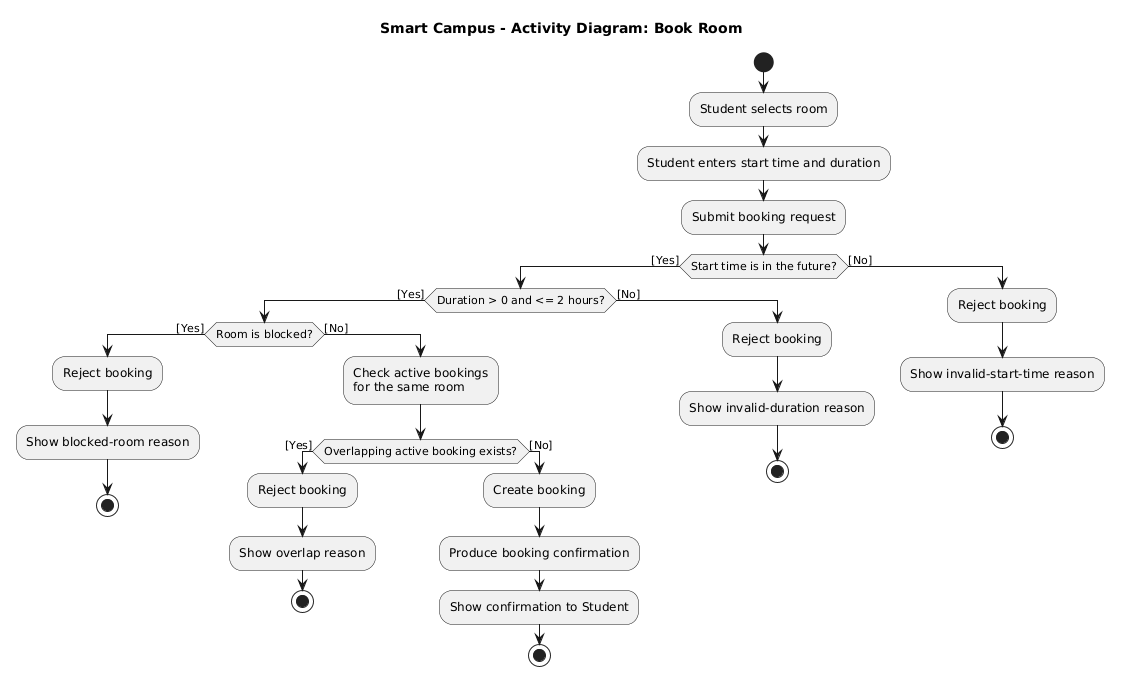
The PlantUML diagram week-04/models/img/activity.png in Alibyek1122/se-practice, before a commit.
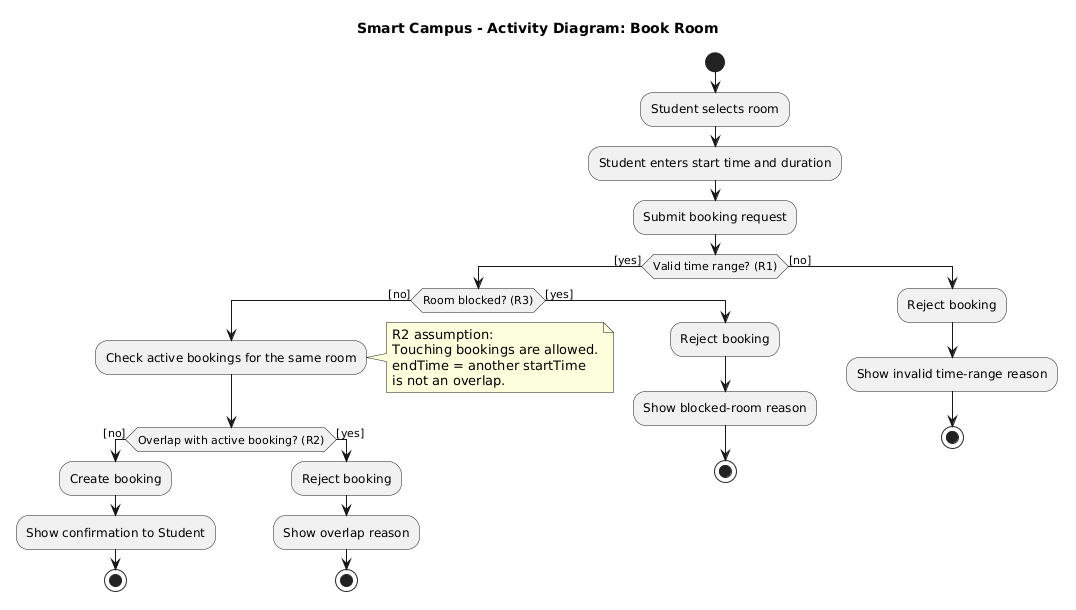
After the commit.

What changed in the source:
```diff
@@ -7,42 +7,38 @@
 :Student enters start time and duration;
 :Submit booking request;
 
-if (Start time is in the future?) then ([Yes])
+if (Valid time range? (R1)) then ([yes])
 
-  if (Duration > 0 and <= 2 hours?) then ([Yes])
+  if (Room blocked? (R3)) then ([no])
 
-    if (Room is blocked?) then ([Yes])
+    :Check active bookings for the same room;
+
+    note right
+    R2 assumption:
+    Touching bookings are allowed.
+    endTime = another startTime
+    is not an overlap.
+    end note
+
+    if (Overlap with active booking? (R2)) then ([no])
+      :Create booking;
+      :Show confirmation to Student;
+      stop
+    else ([yes])
       :Reject booking;
-      :Show blocked-room reason;
+      :Show overlap reason;
       stop
-
-    else ([No])
-
-      :Check active bookings\nfor the same room;
-
-      if (Overlapping active booking exists?) then ([Yes])
-        :Reject booking;
-        :Show overlap reason;
-        stop
-
-      else ([No])
-        :Create booking;
-        :Produce booking confirmation;
-        :Show confirmation to Student;
-        stop
-      endif
-
     endif
 
-  else ([No])
+  else ([yes])
     :Reject booking;
-    :Show invalid-duration reason;
+    :Show blocked-room reason;
     stop
   endif
 
-else ([No])
+else ([no])
   :Reject booking;
-  :Show invalid-start-time reason;
+  :Show invalid time-range reason;
   stop
 endif
 @enduml
```
